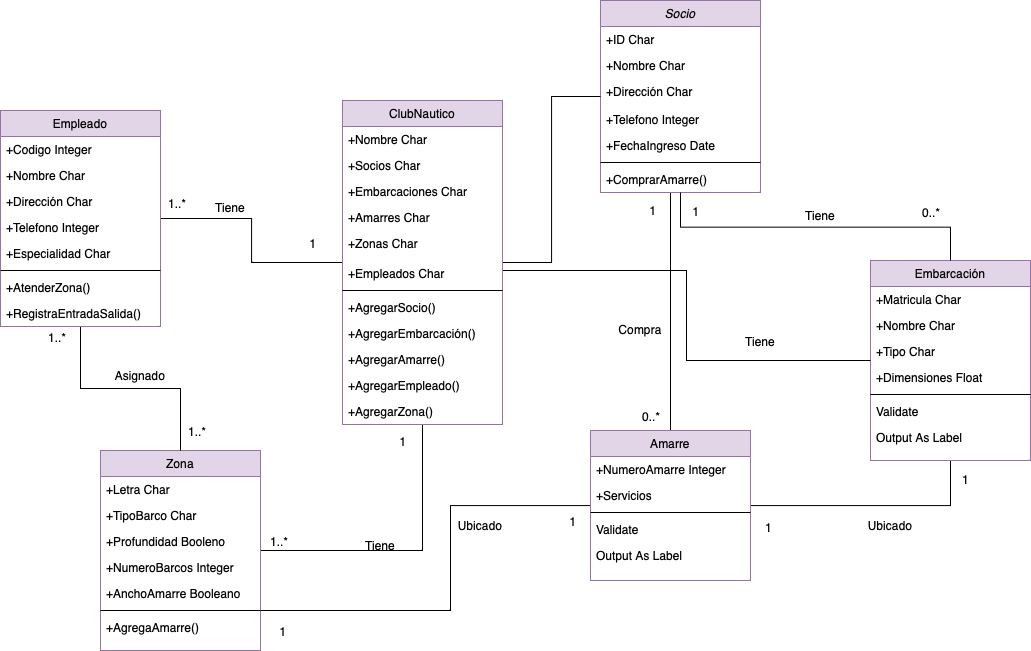
nicholelouis/ETS keeps this draw.io diagram as diagramas/club_nautico.drawio.png. Above is the earlier version. Source tidied: cells renumbered, new cells last; positions are measured from the earlier drawing's top-left corner, leaving out a move shared by most shapes.
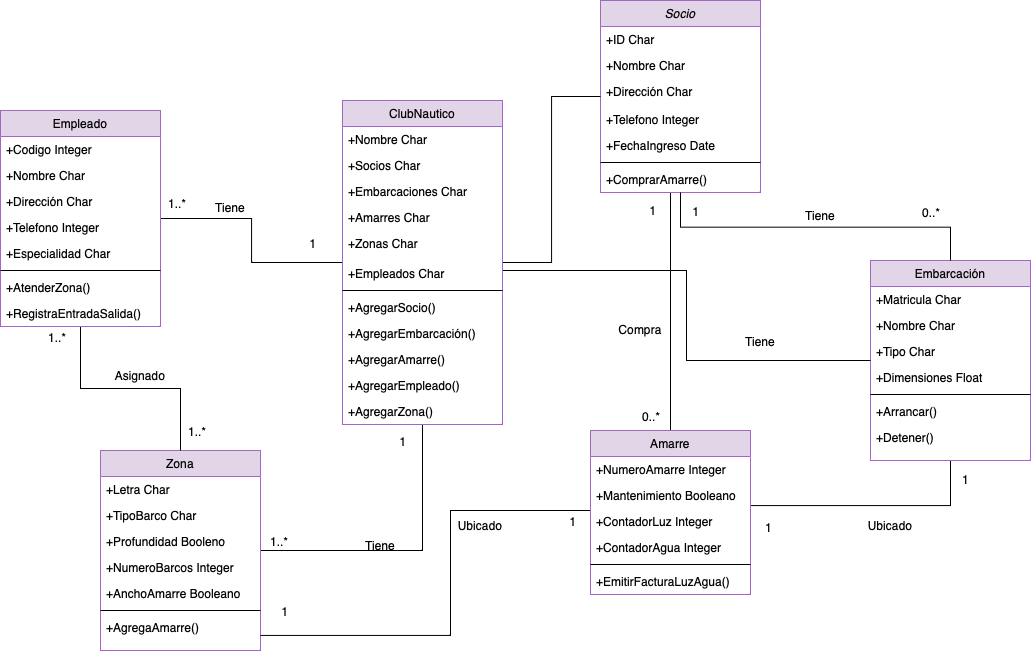
Later version of the same file.

The edit, as a diff of the source:
```diff
@@ -86,10 +86,10 @@
     <mxCell id="26" style="line;html=1;strokeWidth=1;align=left;verticalAlign=middle;spacingTop=-1;spacingLeft=3;spacingRight=3;labelPosition=right;" parent="21" vertex="1">
       <mxGeometry y="130" width="160" height="8" as="geometry" />
     </mxCell>
-    <mxCell id="27" value="Validate" style="text;align=left;verticalAlign=top;spacingLeft=4;spacingRight=4;overflow=hidden;" parent="21" vertex="1">
+    <mxCell id="27" value="+Arrancar()" style="text;align=left;verticalAlign=top;spacingLeft=4;spacingRight=4;overflow=hidden;" parent="21" vertex="1">
       <mxGeometry y="138" width="160" height="26" as="geometry" />
     </mxCell>
-    <mxCell id="28" value="Output As Label" style="text;align=left;verticalAlign=top;spacingLeft=4;spacingRight=4;overflow=hidden;" parent="21" vertex="1">
+    <mxCell id="28" value="+Detener()" style="text;align=left;verticalAlign=top;spacingLeft=4;spacingRight=4;overflow=hidden;" parent="21" vertex="1">
       <mxGeometry y="164" width="160" height="26" as="geometry" />
     </mxCell>
     <mxCell id="29" style="endArrow=none;shadow=0;strokeWidth=1;rounded=0;endFill=0;edgeStyle=elbowEdgeStyle;elbow=vertical;" parent="1" edge="1" source="3" target="21">
@@ -107,32 +107,37 @@
         <mxPoint x="-250" y="-41" as="offset" />
       </mxGeometry>
     </mxCell>
-    <mxCell id="32" style="edgeStyle=orthogonalEdgeStyle;rounded=0;jettySize=auto;html=1;endArrow=none;endFill=0;" parent="1" edge="1" source="33" target="12">
+    <mxCell id="32" style="edgeStyle=orthogonalEdgeStyle;rounded=0;orthogonalLoop=1;jettySize=auto;html=1;endArrow=none;endFill=0;" parent="1" edge="1">
       <mxGeometry relative="1" as="geometry">
+        <mxPoint x="590" y="510" as="sourcePoint" />
+        <mxPoint x="260" y="634.9" as="targetPoint" />
         <Array as="points">
-          <mxPoint x="450" y="505" />
-          <mxPoint x="450" y="610" />
+          <mxPoint x="450" y="509.9" />
+          <mxPoint x="450" y="634.9" />
         </Array>
       </mxGeometry>
     </mxCell>
     <mxCell id="33" value="Amarre" style="swimlane;fontStyle=0;align=center;verticalAlign=top;horizontal=1;startSize=26;rounded=0;shadow=0;strokeWidth=1;fillColor=#e1d5e7;strokeColor=#9673a6;" parent="1" vertex="1">
-      <mxGeometry x="590" y="430" width="160" height="150" as="geometry" />
+      <mxGeometry x="590" y="430" width="160" height="164" as="geometry" />
     </mxCell>
     <mxCell id="34" value="+NumeroAmarre Integer" style="text;align=left;verticalAlign=top;spacingLeft=4;spacingRight=4;overflow=hidden;" parent="33" vertex="1">
       <mxGeometry y="26" width="160" height="26" as="geometry" />
     </mxCell>
-    <mxCell id="35" value="+Servicios" style="text;align=left;verticalAlign=top;spacingLeft=4;spacingRight=4;overflow=hidden;rounded=0;shadow=0;html=0;" parent="33" vertex="1">
+    <mxCell id="35" value="+Mantenimiento Booleano" style="text;align=left;verticalAlign=top;spacingLeft=4;spacingRight=4;overflow=hidden;rounded=0;shadow=0;html=0;" parent="33" vertex="1">
       <mxGeometry y="52" width="160" height="26" as="geometry" />
     </mxCell>
+    <mxCell id="85" value="+ContadorLuz Integer" style="text;align=left;verticalAlign=top;spacingLeft=4;spacingRight=4;overflow=hidden;rounded=0;shadow=0;html=0;" parent="33" vertex="1">
+      <mxGeometry y="78" width="160" height="26" as="geometry" />
+    </mxCell>
+    <mxCell id="86" value="+ContadorAgua Integer" style="text;align=left;verticalAlign=top;spacingLeft=4;spacingRight=4;overflow=hidden;rounded=0;shadow=0;html=0;" parent="33" vertex="1">
+      <mxGeometry y="104" width="160" height="26" as="geometry" />
+    </mxCell>
     <mxCell id="36" style="line;html=1;strokeWidth=1;align=left;verticalAlign=middle;spacingTop=-1;spacingLeft=3;spacingRight=3;labelPosition=right;" parent="33" vertex="1">
-      <mxGeometry y="78" width="160" height="8" as="geometry" />
+      <mxGeometry y="130" width="160" height="8" as="geometry" />
     </mxCell>
-    <mxCell id="37" value="Validate" style="text;align=left;verticalAlign=top;spacingLeft=4;spacingRight=4;overflow=hidden;" parent="33" vertex="1">
-      <mxGeometry y="86" width="160" height="26" as="geometry" />
+    <mxCell id="37" value="+EmitirFacturaLuzAgua()" style="text;align=left;verticalAlign=top;spacingLeft=4;spacingRight=4;overflow=hidden;" parent="33" vertex="1">
+      <mxGeometry y="138" width="160" height="26" as="geometry" />
     </mxCell>
-    <mxCell id="38" value="Output As Label" style="text;align=left;verticalAlign=top;spacingLeft=4;spacingRight=4;overflow=hidden;" parent="33" vertex="1">
-      <mxGeometry y="112" width="160" height="26" as="geometry" />
-    </mxCell>
     <mxCell id="39" style="edgeStyle=orthogonalEdgeStyle;rounded=0;jettySize=auto;html=1;endArrow=none;endFill=0;" parent="1" edge="1" source="41" target="52">
       <mxGeometry relative="1" as="geometry" />
     </mxCell>
@@ -289,7 +294,7 @@
       </mxGeometry>
     </mxCell>
     <mxCell id="83" value="1" style="align=right;verticalAlign=bottom;labelBackgroundColor=none;fontSize=12;" parent="1" vertex="1">
-      <mxGeometry x="340" y="650" as="geometry">
+      <mxGeometry x="342" y="630" as="geometry">
         <mxPoint x="-53" y="-11" as="offset" />
       </mxGeometry>
     </mxCell>
```
